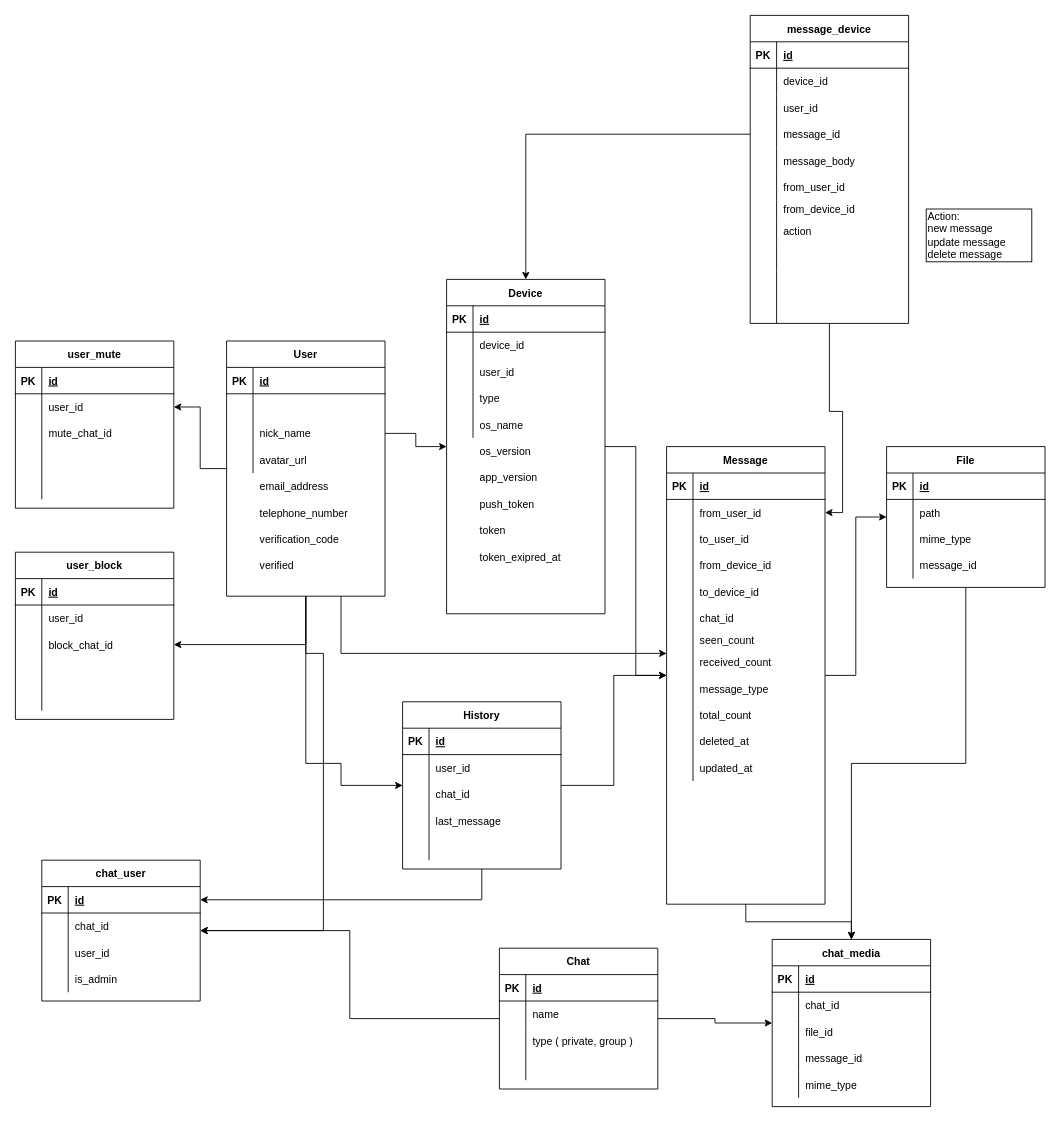
Above: documents/database.drawio in cloverstudio/Spika3 (draw.io), before the change. Source tidied: cells renumbered, new cells numbered last; positions are measured from the earlier drawing's top-left corner, leaving out a move shared by most shapes. Both pictures are drawn from the tidied source at 88%, with x=0, y=0 at pixel (15, 15).
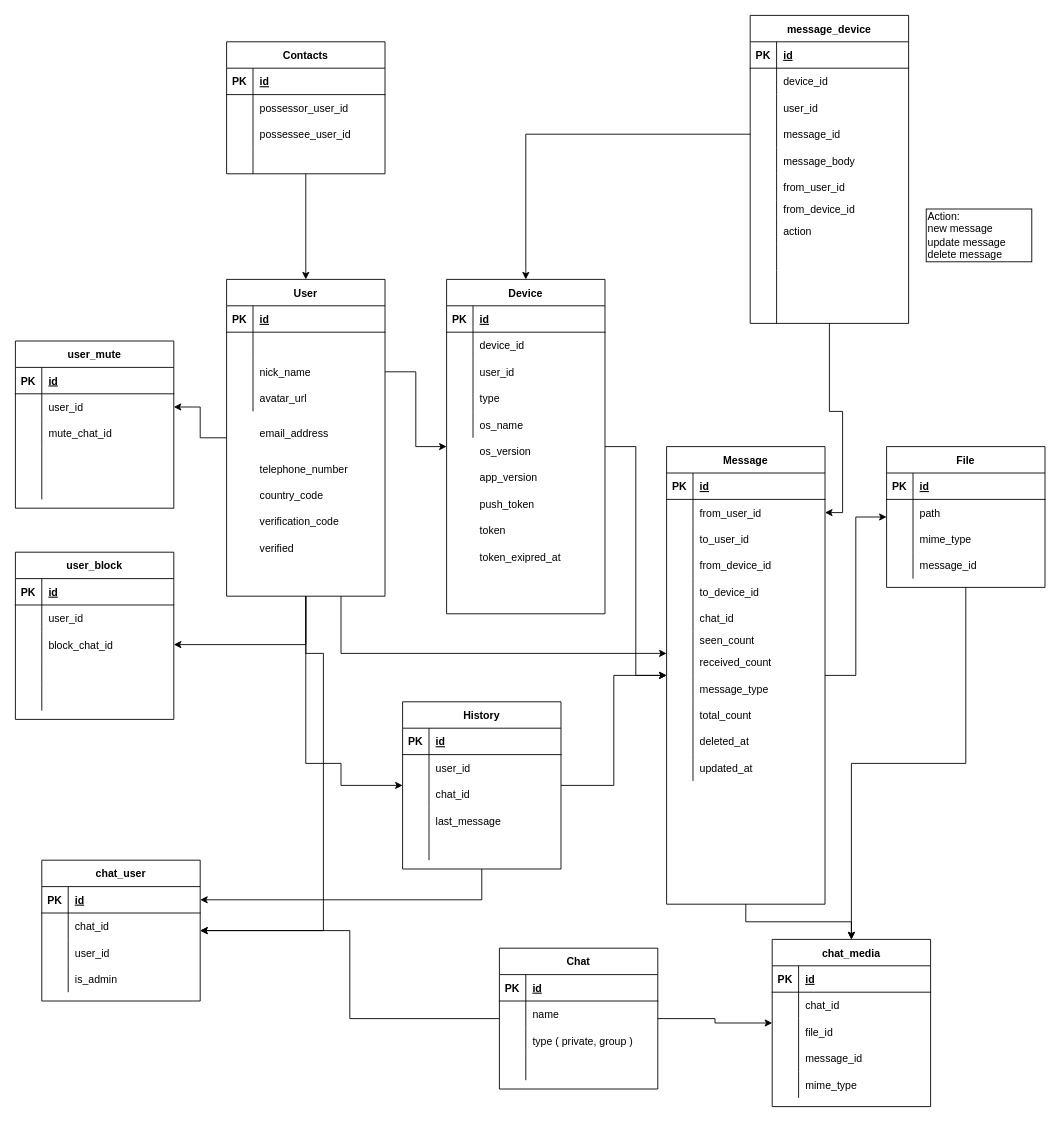
Above is the later version.

Commit message (it also covers changes not shown here):
add country code to user table

What changed in the source:
```diff
@@
     <mxCell id="7" value="User" style="shape=table;startSize=30;childLayout=tableLayout;rowLines=0;fontStyle=1;align=center;" parent="1" vertex="1">
-      <mxGeometry x="240" y="370" width="180" height="290" as="geometry" />
+      <mxGeometry x="240" y="300" width="180" height="360" as="geometry" />
     </mxCell>
@@
     <mxCell id="224" value="telephone_number" style="shape=partialRectangle;fillColor=none;top=0;left=0;bottom=0;right=0;align=left;spacingLeft=6;overflow=hidden;" parent="1" vertex="1">
-      <mxGeometry x="270" y="550" width="150" height="30" as="geometry" />
+      <mxGeometry x="270" y="500" width="150" height="30" as="geometry" />
     </mxCell>
     <mxCell id="225" value="email_address" style="shape=partialRectangle;fillColor=none;top=0;left=0;bottom=0;right=0;align=left;spacingLeft=6;overflow=hidden;" parent="1" vertex="1">
-      <mxGeometry x="270" y="520" width="150" height="30" as="geometry" />
+      <mxGeometry x="270" y="460" width="150" height="30" as="geometry" />
     </mxCell>
@@
     <mxCell id="229" value="verification_code" style="shape=partialRectangle;fillColor=none;top=0;left=0;bottom=0;right=0;align=left;spacingLeft=6;overflow=hidden;" parent="1" vertex="1">
-      <mxGeometry x="270" y="580" width="150" height="30" as="geometry" />
+      <mxGeometry x="270" y="560" width="150" height="30" as="geometry" />
     </mxCell>
     <mxCell id="230" value="verified" style="shape=partialRectangle;fillColor=none;top=0;left=0;bottom=0;right=0;align=left;spacingLeft=6;overflow=hidden;" parent="1" vertex="1">
-      <mxGeometry x="270" y="610" width="150" height="30" as="geometry" />
+      <mxGeometry x="270" y="590" width="150" height="30" as="geometry" />
     </mxCell>
+    <mxCell id="231" style="edgeStyle=orthogonalEdgeStyle;rounded=0;jettySize=auto;html=1;" parent="1" edge="1" source="232" target="7">
+      <mxGeometry relative="1" as="geometry" />
+    </mxCell>
+    <mxCell id="232" value="Contacts" style="shape=table;startSize=30;childLayout=tableLayout;rowLines=0;fontStyle=1;align=center;" parent="1" vertex="1">
+      <mxGeometry x="240" y="30" width="180" height="150" as="geometry" />
+    </mxCell>
+    <mxCell id="233" style="shape=partialRectangle;fillColor=none;top=0;left=0;bottom=1;right=0;" parent="232" vertex="1">
+      <mxGeometry y="30" width="180" height="30" as="geometry" />
+    </mxCell>
+    <mxCell id="234" value="PK" style="shape=partialRectangle;fillColor=none;top=0;left=0;bottom=0;right=0;fontStyle=1;overflow=hidden;" parent="233" vertex="1">
+      <mxGeometry width="30" height="30" as="geometry" />
+    </mxCell>
+    <mxCell id="235" value="id" style="shape=partialRectangle;fillColor=none;top=0;left=0;bottom=0;right=0;align=left;spacingLeft=6;fontStyle=5;overflow=hidden;" parent="233" vertex="1">
+      <mxGeometry x="30" width="150" height="30" as="geometry" />
+    </mxCell>
+    <mxCell id="236" style="shape=partialRectangle;fillColor=none;top=0;left=0;bottom=0;right=0;" parent="232" vertex="1">
+      <mxGeometry y="60" width="180" height="30" as="geometry" />
+    </mxCell>
+    <mxCell id="237" style="shape=partialRectangle;fillColor=none;top=0;left=0;bottom=0;right=0;overflow=hidden;" parent="236" vertex="1">
+      <mxGeometry width="30" height="30" as="geometry" />
+    </mxCell>
+    <mxCell id="238" value="possessor_user_id" style="shape=partialRectangle;fillColor=none;top=0;left=0;bottom=0;right=0;align=left;spacingLeft=6;overflow=hidden;" parent="236" vertex="1">
+      <mxGeometry x="30" width="150" height="30" as="geometry" />
+    </mxCell>
+    <mxCell id="239" style="shape=partialRectangle;fillColor=none;top=0;left=0;bottom=0;right=0;" parent="232" vertex="1">
+      <mxGeometry y="90" width="180" height="30" as="geometry" />
+    </mxCell>
+    <mxCell id="240" style="shape=partialRectangle;fillColor=none;top=0;left=0;bottom=0;right=0;overflow=hidden;" parent="239" vertex="1">
+      <mxGeometry width="30" height="30" as="geometry" />
+    </mxCell>
+    <mxCell id="241" value="possessee_user_id" style="shape=partialRectangle;fillColor=none;top=0;left=0;bottom=0;right=0;align=left;spacingLeft=6;overflow=hidden;" parent="239" vertex="1">
+      <mxGeometry x="30" width="150" height="30" as="geometry" />
+    </mxCell>
+    <mxCell id="242" style="shape=partialRectangle;fillColor=none;top=0;left=0;bottom=0;right=0;" parent="232" vertex="1">
+      <mxGeometry y="120" width="180" height="30" as="geometry" />
+    </mxCell>
+    <mxCell id="243" style="shape=partialRectangle;fillColor=none;top=0;left=0;bottom=0;right=0;overflow=hidden;" parent="242" vertex="1">
+      <mxGeometry width="30" height="30" as="geometry" />
+    </mxCell>
+    <mxCell id="244" style="shape=partialRectangle;fillColor=none;top=0;left=0;bottom=0;right=0;align=left;spacingLeft=6;overflow=hidden;" parent="242" vertex="1">
+      <mxGeometry x="30" width="150" height="30" as="geometry" />
+    </mxCell>
+    <mxCell id="245" value="country_code" style="shape=partialRectangle;fillColor=none;top=0;left=0;bottom=0;right=0;align=left;spacingLeft=6;overflow=hidden;" parent="1" vertex="1">
+      <mxGeometry x="270" y="530" width="150" height="30" as="geometry" />
+    </mxCell>
```
